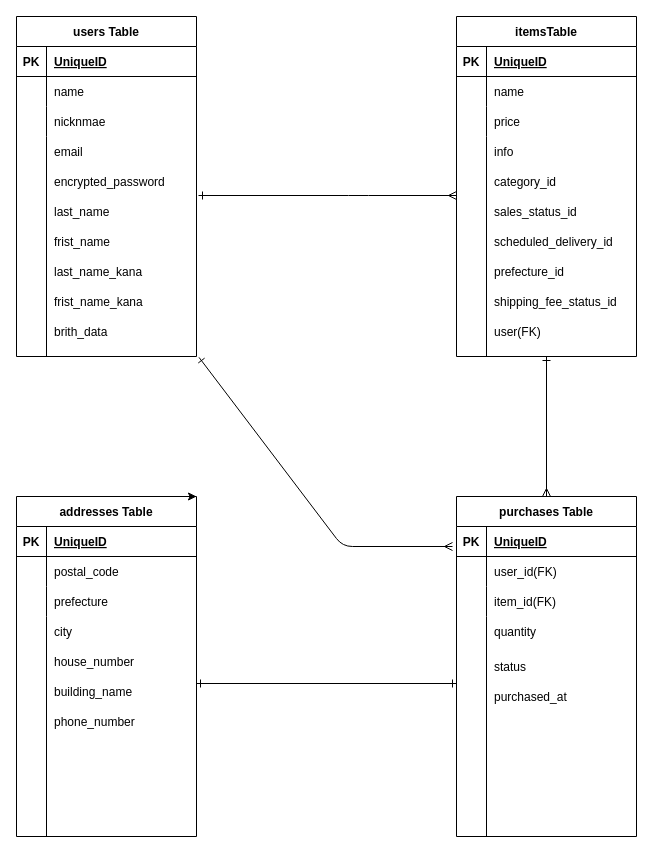
This is ER.dio from d-miyabi/furima-40107, a draw.io file, before an edit. Source tidied: cells renumbered, new cells numbered last; positions are measured from the earlier drawing's top-left corner, leaving out a move shared by most shapes. Both pictures are drawn from the tidied source at 100%, with x=0, y=0 at pixel (16, 16).
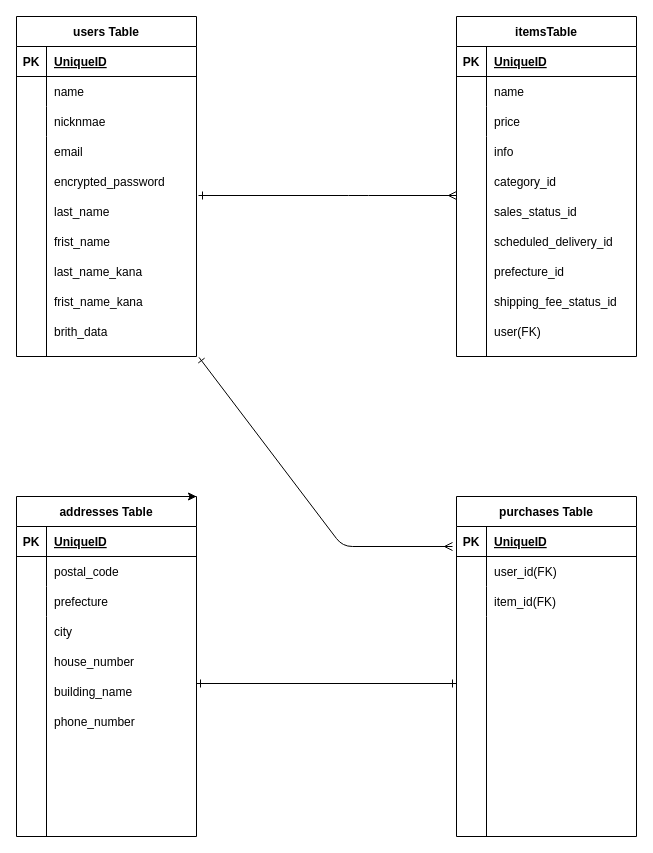
After the change.

Commit message (it also covers changes not shown here):
READEMEの記述修正、ER図の修正。

The change refers to these unchanged cells:
```xml
<mxCell id="3" value="itemsTable" style="shape=table;startSize=30;childLayout=tableLayout;rowLines=0;fontStyle=1;align=center;" parent="2" vertex="1">
  <mxGeometry width="180" height="340" as="geometry" />
</mxCell>
<mxCell id="23" value="purchases Table" style="shape=table;startSize=30;childLayout=tableLayout;rowLines=0;fontStyle=1;align=center;" parent="1" vertex="1">
  <mxGeometry x="440" y="480" width="180" height="340" as="geometry" />
</mxCell>
<mxCell id="79" style="shape=tableRow;horizontal=0;startSize=0;swimlaneHead=0;swimlaneBody=0;fillColor=none;top=0;left=0;right=0;bottom=0;" parent="1" vertex="1">
  <mxGeometry x="440" y="590" width="180" height="30" as="geometry" />
</mxCell>
```

Diff of the diagram source:
```diff
@@
-    <mxCell id="81" value="quantity" style="shape=partialRectangle;fillColor=none;top=0;left=0;bottom=0;right=0;align=left;spacingLeft=6;overflow=hidden;" parent="79" vertex="1">
-      <mxGeometry x="30" y="10" width="150" height="30" as="geometry" />
-    </mxCell>
-    <mxCell id="82" value="status" style="shape=partialRectangle;fillColor=none;top=0;left=0;bottom=0;right=0;align=left;spacingLeft=6;overflow=hidden;" parent="1" vertex="1">
-      <mxGeometry x="470" y="635" width="150" height="30" as="geometry" />
-    </mxCell>
-    <mxCell id="83" value="purchased_at" style="shape=partialRectangle;fillColor=none;top=0;left=0;bottom=0;right=0;align=left;spacingLeft=6;overflow=hidden;" parent="1" vertex="1">
-      <mxGeometry x="470" y="665" width="150" height="30" as="geometry" />
-    </mxCell>
@@
-    <mxCell id="86" style="edgeStyle=none;html=1;entryX=0.5;entryY=0;entryDx=0;entryDy=0;startArrow=ERone;startFill=0;endArrow=ERmany;endFill=0;" parent="1" edge="1" source="3" target="23">
-      <mxGeometry relative="1" as="geometry" />
-    </mxCell>
```
